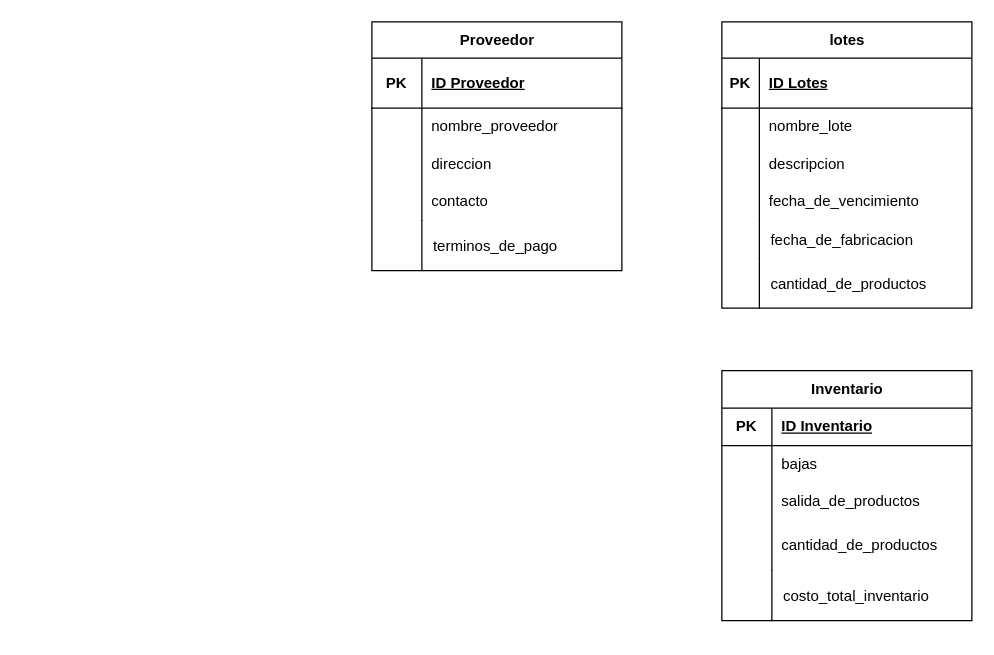
Above: Diagrama de colaboracion.drawio in JotaMont/Evaluacion-2-Front-End (draw.io), before the change. Source tidied: cells renumbered, new cells numbered last; positions are measured from the earlier drawing's top-left corner, leaving out a move shared by most shapes. Both pictures are drawn from the tidied source at 125%, with x=0, y=0 at pixel (371, 21).
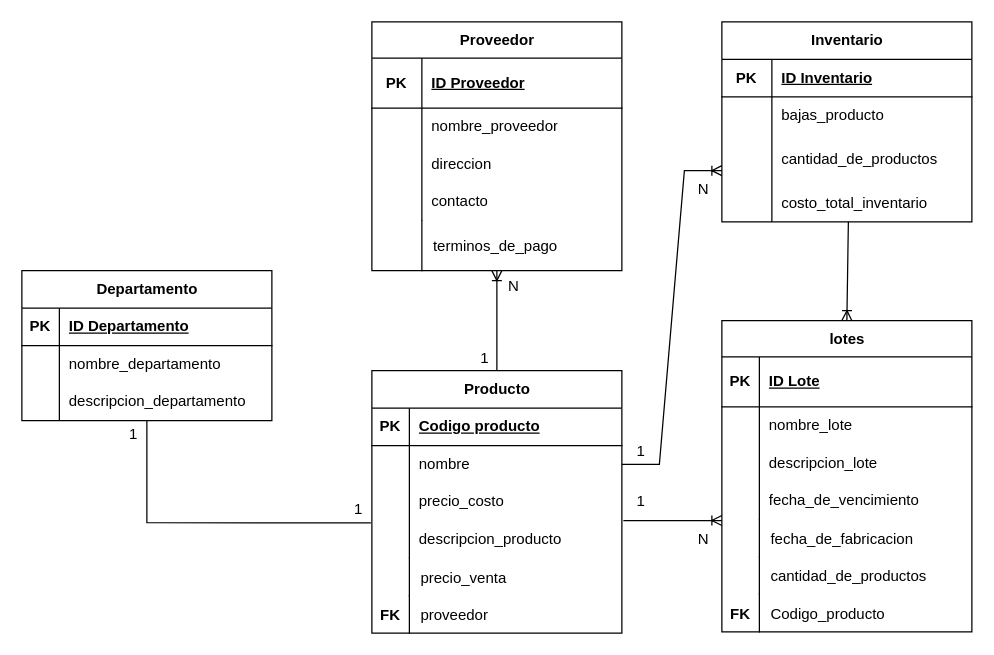
The same diagram, later.

Unchanged cells that the change refers to:
```xml
<mxCell id="16" style="shape=tableRow;horizontal=0;startSize=0;swimlaneHead=0;swimlaneBody=0;fillColor=none;top=0;left=0;right=0;bottom=1;" parent="15" vertex="1">
  <mxGeometry y="29" width="200" height="40" as="geometry" />
</mxCell>
<mxCell id="22" style="shape=tableRow;horizontal=0;startSize=0;swimlaneHead=0;swimlaneBody=0;fillColor=none;top=0;left=0;right=0;bottom=0;" parent="15" vertex="1">
  <mxGeometry y="99" width="200" height="30" as="geometry" />
</mxCell>
<mxCell id="38" style="shape=tableRow;horizontal=0;startSize=0;swimlaneHead=0;swimlaneBody=0;fillColor=none;top=0;left=0;right=0;bottom=0;" parent="34" vertex="1">
  <mxGeometry y="60" width="200" height="30" as="geometry" />
</mxCell>
```

The edit, as a diff of the source:
```diff
@@
     <mxCell id="15" value="lotes" style="shape=table;startSize=29;childLayout=tableLayout;rowLines=0;fontStyle=1;align=center;html=1;" parent="1" vertex="1">
-      <mxGeometry x="280" width="200" height="229" as="geometry" />
+      <mxGeometry x="280" y="239" width="200" height="249" as="geometry" />
     </mxCell>
@@
-    <mxCell id="18" value="ID Lotes" style="shape=partialRectangle;fillColor=none;top=0;left=0;bottom=0;right=0;align=left;spacingLeft=6;fontStyle=5;overflow=hidden;whiteSpace=wrap;html=1;" parent="16" vertex="1">
+    <mxCell id="18" value="ID Lote" style="shape=partialRectangle;fillColor=none;top=0;left=0;bottom=0;right=0;align=left;spacingLeft=6;fontStyle=5;overflow=hidden;whiteSpace=wrap;html=1;" parent="16" vertex="1">
       <mxGeometry x="30" width="170" height="40" as="geometry" />
     </mxCell>
@@
-    <mxCell id="24" value="descripcion" style="shape=partialRectangle;fillColor=none;top=0;left=0;bottom=0;right=0;align=left;spacingLeft=6;overflow=hidden;whiteSpace=wrap;html=1;" parent="22" vertex="1">
+    <mxCell id="24" value="descripcion_lote" style="shape=partialRectangle;fillColor=none;top=0;left=0;bottom=0;right=0;align=left;spacingLeft=6;overflow=hidden;whiteSpace=wrap;html=1;" parent="22" vertex="1">
       <mxGeometry x="30" width="170" height="30" as="geometry" />
     </mxCell>
@@
     <mxCell id="30" value=" fecha_de_fabricacion" style="shape=partialRectangle;fillColor=none;align=left;verticalAlign=middle;strokeColor=none;spacingLeft=34;points=[[0,0.5],[1,0.5]];portConstraint=eastwest;" parent="1" vertex="1">
-      <mxGeometry x="280" y="159" width="200" height="30" as="geometry" />
+      <mxGeometry x="280" y="398" width="200" height="30" as="geometry" />
     </mxCell>
@@
     <mxCell id="32" value=" cantidad_de_productos" style="shape=partialRectangle;fillColor=none;align=left;verticalAlign=middle;strokeColor=none;spacingLeft=34;" parent="1" vertex="1">
-      <mxGeometry x="280" y="189" width="200" height="40" as="geometry" />
+      <mxGeometry x="280" y="428" width="200" height="30" as="geometry" />
     </mxCell>
     <mxCell id="33" style="shape=partialRectangle;top=0;left=0;bottom=0;fillColor=none;stokeWidth=1;align=left;verticalAlign=middle;spacingLeft=4;spacingRight=4;overflow=hidden;" parent="32" vertex="1">
-      <mxGeometry width="30" height="40" as="geometry" />
+      <mxGeometry width="30" height="30" as="geometry" />
     </mxCell>
     <mxCell id="34" value="Inventario" style="shape=table;startSize=30;childLayout=tableLayout;rowLines=0;fontStyle=1;align=center;html=1;" parent="1" vertex="1">
-      <mxGeometry x="280" y="279" width="200" height="200" as="geometry" />
+      <mxGeometry x="280" width="200" height="160" as="geometry" />
     </mxCell>
@@
-    <mxCell id="40" value="bajas" style="shape=partialRectangle;fillColor=none;top=0;left=0;bottom=0;right=0;align=left;spacingLeft=6;overflow=hidden;whiteSpace=wrap;html=1;" parent="38" vertex="1">
+    <mxCell id="40" value="bajas_producto" style="shape=partialRectangle;fillColor=none;top=0;left=0;bottom=0;right=0;align=left;spacingLeft=6;overflow=hidden;whiteSpace=wrap;html=1;" parent="38" vertex="1">
       <mxGeometry x="40" width="160" height="30" as="geometry" />
     </mxCell>
+    <mxCell id="44" style="shape=tableRow;horizontal=0;startSize=0;swimlaneHead=0;swimlaneBody=0;fillColor=none;points=[[0,0.5],[1,0.5]];portConstraint=eastwest;top=0;left=0;right=0;bottom=0;" parent="34" vertex="1">
+      <mxGeometry y="90" width="200" height="40" as="geometry" />
+    </mxCell>
+    <mxCell id="45" style="shape=partialRectangle;fillColor=none;top=0;left=0;bottom=0;right=0;overflow=hidden;whiteSpace=wrap;html=1;" parent="44" vertex="1">
+      <mxGeometry width="40" height="40" as="geometry" />
+    </mxCell>
+    <mxCell id="46" value="cantidad_de_productos" style="shape=partialRectangle;fillColor=none;top=0;left=0;bottom=0;right=0;align=left;spacingLeft=6;overflow=hidden;whiteSpace=wrap;html=1;" parent="44" vertex="1">
+      <mxGeometry x="40" width="160" height="40" as="geometry" />
+    </mxCell>
     <mxCell id="41" style="shape=tableRow;horizontal=0;startSize=0;swimlaneHead=0;swimlaneBody=0;fillColor=none;points=[[0,0.5],[1,0.5]];portConstraint=eastwest;top=0;left=0;right=0;bottom=0;" parent="34" vertex="1">
-      <mxGeometry y="90" width="200" height="30" as="geometry" />
+      <mxGeometry y="130" width="200" height="30" as="geometry" />
     </mxCell>
@@
-    <mxCell id="43" value="salida_de_productos" style="shape=partialRectangle;fillColor=none;top=0;left=0;bottom=0;right=0;align=left;spacingLeft=6;overflow=hidden;whiteSpace=wrap;html=1;" parent="41" vertex="1">
+    <mxCell id="43" value="&lt;span style=&quot;text-wrap: nowrap;&quot;&gt;costo_total_inventario&lt;/span&gt;" style="shape=partialRectangle;fillColor=none;top=0;left=0;bottom=0;right=0;align=left;spacingLeft=6;overflow=hidden;whiteSpace=wrap;html=1;" parent="41" vertex="1">
       <mxGeometry x="40" width="160" height="30" as="geometry" />
     </mxCell>
-    <mxCell id="44" style="shape=tableRow;horizontal=0;startSize=0;swimlaneHead=0;swimlaneBody=0;fillColor=none;points=[[0,0.5],[1,0.5]];portConstraint=eastwest;top=0;left=0;right=0;bottom=0;" parent="34" vertex="1">
-      <mxGeometry y="120" width="200" height="40" as="geometry" />
-    </mxCell>
-    <mxCell id="45" style="shape=partialRectangle;fillColor=none;top=0;left=0;bottom=0;right=0;overflow=hidden;whiteSpace=wrap;html=1;" parent="44" vertex="1">
-      <mxGeometry width="40" height="40" as="geometry" />
-    </mxCell>
-    <mxCell id="46" value="cantidad_de_productos" style="shape=partialRectangle;fillColor=none;top=0;left=0;bottom=0;right=0;align=left;spacingLeft=6;overflow=hidden;whiteSpace=wrap;html=1;" parent="44" vertex="1">
-      <mxGeometry x="40" width="160" height="40" as="geometry" />
-    </mxCell>
-    <mxCell id="47" value="    costo_total_inventario" style="shape=partialRectangle;fillColor=none;align=left;verticalAlign=middle;strokeColor=none;spacingLeft=34;" parent="1" vertex="1">
-      <mxGeometry x="280" y="439" width="200" height="40" as="geometry" />
-    </mxCell>
-    <mxCell id="48" style="shape=partialRectangle;top=0;left=0;bottom=0;fillColor=none;stokeWidth=1;align=left;verticalAlign=middle;spacingLeft=4;spacingRight=4;overflow=hidden;" parent="47" vertex="1">
-      <mxGeometry width="40" height="40" as="geometry" />
-    </mxCell>
+    <mxCell id="49" value="Producto" style="shape=table;startSize=30;childLayout=tableLayout;rowLines=0;fontStyle=1;align=center;html=1;" parent="1" vertex="1">
+      <mxGeometry y="279" width="200" height="210" as="geometry" />
+    </mxCell>
+    <mxCell id="50" style="shape=tableRow;horizontal=0;startSize=0;swimlaneHead=0;swimlaneBody=0;fillColor=none;top=0;left=0;right=0;bottom=1;" parent="49" vertex="1">
+      <mxGeometry y="30" width="200" height="30" as="geometry" />
+    </mxCell>
+    <mxCell id="51" value="PK" style="shape=partialRectangle;fillColor=none;top=0;left=0;bottom=0;right=0;fontStyle=1;overflow=hidden;whiteSpace=wrap;html=1;" parent="50" vertex="1">
+      <mxGeometry width="30" height="30" as="geometry" />
+    </mxCell>
+    <mxCell id="52" value="Codigo producto" style="shape=partialRectangle;fillColor=none;top=0;left=0;bottom=0;right=0;align=left;spacingLeft=6;fontStyle=5;overflow=hidden;whiteSpace=wrap;html=1;" parent="50" vertex="1">
+      <mxGeometry x="30" width="170" height="30" as="geometry" />
+    </mxCell>
+    <mxCell id="53" style="shape=tableRow;horizontal=0;startSize=0;swimlaneHead=0;swimlaneBody=0;fillColor=none;top=0;left=0;right=0;bottom=0;" parent="49" vertex="1">
+      <mxGeometry y="60" width="200" height="30" as="geometry" />
+    </mxCell>
+    <mxCell id="54" style="shape=partialRectangle;fillColor=none;top=0;left=0;bottom=0;right=0;overflow=hidden;whiteSpace=wrap;html=1;" parent="53" vertex="1">
+      <mxGeometry width="30" height="30" as="geometry" />
+    </mxCell>
+    <mxCell id="55" value="nombre" style="shape=partialRectangle;fillColor=none;top=0;left=0;bottom=0;right=0;align=left;spacingLeft=6;overflow=hidden;whiteSpace=wrap;html=1;" parent="53" vertex="1">
+      <mxGeometry x="30" width="170" height="30" as="geometry" />
+    </mxCell>
+    <mxCell id="56" style="shape=tableRow;horizontal=0;startSize=0;swimlaneHead=0;swimlaneBody=0;fillColor=none;top=0;left=0;right=0;bottom=0;" parent="49" vertex="1">
+      <mxGeometry y="90" width="200" height="30" as="geometry" />
+    </mxCell>
+    <mxCell id="57" style="shape=partialRectangle;fillColor=none;top=0;left=0;bottom=0;right=0;overflow=hidden;whiteSpace=wrap;html=1;" parent="56" vertex="1">
+      <mxGeometry width="30" height="30" as="geometry" />
+    </mxCell>
+    <mxCell id="58" value="precio_costo" style="shape=partialRectangle;fillColor=none;top=0;left=0;bottom=0;right=0;align=left;spacingLeft=6;overflow=hidden;whiteSpace=wrap;html=1;" parent="56" vertex="1">
+      <mxGeometry x="30" width="170" height="30" as="geometry" />
+    </mxCell>
+    <mxCell id="59" style="shape=tableRow;horizontal=0;startSize=0;swimlaneHead=0;swimlaneBody=0;fillColor=none;points=[[0,0.5],[1,0.5]];portConstraint=eastwest;top=0;left=0;right=0;bottom=0;" parent="49" vertex="1">
+      <mxGeometry y="120" width="200" height="30" as="geometry" />
+    </mxCell>
+    <mxCell id="60" style="shape=partialRectangle;fillColor=none;top=0;left=0;bottom=0;right=0;overflow=hidden;whiteSpace=wrap;html=1;" parent="59" vertex="1">
+      <mxGeometry width="30" height="30" as="geometry" />
+    </mxCell>
+    <mxCell id="61" value="descripcion_producto" style="shape=partialRectangle;fillColor=none;top=0;left=0;bottom=0;right=0;align=left;spacingLeft=6;overflow=hidden;whiteSpace=wrap;html=1;" parent="59" vertex="1">
+      <mxGeometry x="30" width="170" height="30" as="geometry" />
+    </mxCell>
+    <mxCell id="62" value=" precio_venta" style="shape=partialRectangle;fillColor=none;align=left;verticalAlign=middle;strokeColor=none;spacingLeft=34;" parent="1" vertex="1">
+      <mxGeometry y="429" width="200" height="30" as="geometry" />
+    </mxCell>
+    <mxCell id="63" style="shape=partialRectangle;top=0;left=0;bottom=0;fillColor=none;stokeWidth=1;align=left;verticalAlign=middle;spacingLeft=4;spacingRight=4;overflow=hidden;" parent="62" vertex="1">
+      <mxGeometry width="30" height="30" as="geometry" />
+    </mxCell>
+    <mxCell id="64" value=" proveedor" style="shape=partialRectangle;fillColor=none;align=left;verticalAlign=middle;strokeColor=none;spacingLeft=34;" parent="1" vertex="1">
+      <mxGeometry y="459" width="200" height="30" as="geometry" />
+    </mxCell>
+    <mxCell id="65" value="FK" style="shape=partialRectangle;top=0;left=0;bottom=0;fillColor=none;stokeWidth=1;align=center;verticalAlign=middle;spacingLeft=4;spacingRight=4;overflow=hidden;fontStyle=1;" parent="64" vertex="1">
+      <mxGeometry width="30" height="30" as="geometry" />
+    </mxCell>
+    <mxCell id="66" value=" Codigo_producto" style="shape=partialRectangle;fillColor=none;align=left;verticalAlign=middle;strokeColor=none;spacingLeft=34;" parent="1" vertex="1">
+      <mxGeometry x="280" y="458" width="200" height="30" as="geometry" />
+    </mxCell>
+    <mxCell id="67" value="FK" style="shape=partialRectangle;top=0;left=0;bottom=0;fillColor=none;stokeWidth=1;align=center;verticalAlign=middle;spacingLeft=4;spacingRight=4;overflow=hidden;fontStyle=1;" parent="66" vertex="1">
+      <mxGeometry width="30" height="30" as="geometry" />
+    </mxCell>
+    <mxCell id="68" value="1" style="text;html=1;align=center;verticalAlign=middle;strokeColor=none;fillColor=none;" parent="1" vertex="1">
+      <mxGeometry x="200" y="369" width="30" height="30" as="geometry" />
+    </mxCell>
+    <mxCell id="69" value="N" style="text;html=1;align=center;verticalAlign=middle;strokeColor=none;fillColor=none;" parent="1" vertex="1">
+      <mxGeometry x="250" y="399" width="30" height="30" as="geometry" />
+    </mxCell>
+    <mxCell id="70" style="edgeStyle=entityRelationEdgeStyle;fontSize=12;html=1;endArrow=ERoneToMany;endFill=0;rounded=0;exitX=1.006;exitY=-0.003;exitDx=0;exitDy=0;exitPerimeter=0;entryX=0;entryY=0.03;entryDx=0;entryDy=0;entryPerimeter=0;" parent="1" edge="1" source="59" target="30">
+      <mxGeometry relative="1" as="geometry">
+        <Array as="points">
+          <mxPoint x="260" y="409" />
+          <mxPoint x="270" y="389" />
+        </Array>
+      </mxGeometry>
+    </mxCell>
+    <mxCell id="71" style="edgeStyle=entityRelationEdgeStyle;fontSize=12;html=1;endArrow=ERoneToMany;rounded=0;entryX=0;entryY=0.725;entryDx=0;entryDy=0;entryPerimeter=0;" parent="1" edge="1" target="44">
+      <mxGeometry relative="1" as="geometry">
+        <mxPoint x="200" y="354" as="sourcePoint" />
+        <Array as="points">
+          <mxPoint x="220" y="369" />
+          <mxPoint x="240" y="359" />
+          <mxPoint x="240" y="354" />
+          <mxPoint x="240" y="354" />
+          <mxPoint x="260" y="229" />
+        </Array>
+      </mxGeometry>
+    </mxCell>
+    <mxCell id="72" value="1" style="text;html=1;align=center;verticalAlign=middle;strokeColor=none;fillColor=none;" parent="1" vertex="1">
+      <mxGeometry x="200" y="329" width="30" height="30" as="geometry" />
+    </mxCell>
+    <mxCell id="73" value="N" style="text;html=1;align=center;verticalAlign=middle;strokeColor=none;fillColor=none;" parent="1" vertex="1">
+      <mxGeometry x="250" y="119" width="30" height="30" as="geometry" />
+    </mxCell>
+    <mxCell id="74" style="endArrow=ERoneToMany;html=1;rounded=0;exitX=0.5;exitY=0;exitDx=0;exitDy=0;endFill=0;" parent="1" edge="1" source="49">
+      <mxGeometry relative="1" as="geometry">
+        <mxPoint x="100" y="199" as="targetPoint" />
+      </mxGeometry>
+    </mxCell>
+    <mxCell id="75" value="N" style="html=1;whiteSpace=wrap;align=right;verticalAlign=bottom;" parent="74" vertex="1">
+      <mxGeometry x="1" relative="1" as="geometry">
+        <mxPoint x="19" y="21" as="offset" />
+      </mxGeometry>
+    </mxCell>
+    <mxCell id="76" value="1" style="text;html=1;align=center;verticalAlign=middle;strokeColor=none;fillColor=none;" parent="1" vertex="1">
+      <mxGeometry x="75" y="254" width="30" height="30" as="geometry" />
+    </mxCell>
+    <mxCell id="77" value="Departamento" style="shape=table;startSize=30;childLayout=tableLayout;rowLines=0;fontStyle=1;align=center;html=1;" parent="1" vertex="1">
+      <mxGeometry x="-280" y="199" width="200" height="120" as="geometry" />
+    </mxCell>
+    <mxCell id="78" style="shape=tableRow;horizontal=0;startSize=0;swimlaneHead=0;swimlaneBody=0;fillColor=none;top=0;left=0;right=0;bottom=1;" parent="77" vertex="1">
+      <mxGeometry y="30" width="200" height="30" as="geometry" />
+    </mxCell>
+    <mxCell id="79" value="PK" style="shape=partialRectangle;fillColor=none;top=0;left=0;bottom=0;right=0;fontStyle=1;overflow=hidden;whiteSpace=wrap;html=1;" parent="78" vertex="1">
+      <mxGeometry width="30" height="30" as="geometry" />
+    </mxCell>
+    <mxCell id="80" value="ID Departamento" style="shape=partialRectangle;fillColor=none;top=0;left=0;bottom=0;right=0;align=left;spacingLeft=6;fontStyle=5;overflow=hidden;whiteSpace=wrap;html=1;" parent="78" vertex="1">
+      <mxGeometry x="30" width="170" height="30" as="geometry" />
+    </mxCell>
+    <mxCell id="81" style="shape=tableRow;horizontal=0;startSize=0;swimlaneHead=0;swimlaneBody=0;fillColor=none;top=0;left=0;right=0;bottom=0;" parent="77" vertex="1">
+      <mxGeometry y="60" width="200" height="30" as="geometry" />
+    </mxCell>
+    <mxCell id="82" style="shape=partialRectangle;fillColor=none;top=0;left=0;bottom=0;right=0;overflow=hidden;whiteSpace=wrap;html=1;" parent="81" vertex="1">
+      <mxGeometry width="30" height="30" as="geometry" />
+    </mxCell>
+    <mxCell id="83" value="nombre_departamento" style="shape=partialRectangle;fillColor=none;top=0;left=0;bottom=0;right=0;align=left;spacingLeft=6;overflow=hidden;whiteSpace=wrap;html=1;" parent="81" vertex="1">
+      <mxGeometry x="30" width="170" height="30" as="geometry" />
+    </mxCell>
+    <mxCell id="84" style="shape=tableRow;horizontal=0;startSize=0;swimlaneHead=0;swimlaneBody=0;fillColor=none;points=[[0,0.5],[1,0.5]];portConstraint=eastwest;top=0;left=0;right=0;bottom=0;" parent="77" vertex="1">
+      <mxGeometry y="90" width="200" height="30" as="geometry" />
+    </mxCell>
+    <mxCell id="85" style="shape=partialRectangle;fillColor=none;top=0;left=0;bottom=0;right=0;overflow=hidden;whiteSpace=wrap;html=1;" parent="84" vertex="1">
+      <mxGeometry width="30" height="30" as="geometry" />
+    </mxCell>
+    <mxCell id="86" value="descripcion_departamento" style="shape=partialRectangle;fillColor=none;top=0;left=0;bottom=0;right=0;align=left;spacingLeft=6;overflow=hidden;whiteSpace=wrap;html=1;" parent="84" vertex="1">
+      <mxGeometry x="30" width="170" height="30" as="geometry" />
+    </mxCell>
+    <mxCell id="87" style="fontSize=12;html=1;endArrow=ERoneToMany;rounded=0;strokeColor=default;exitX=0.506;exitY=0.994;exitDx=0;exitDy=0;exitPerimeter=0;entryX=0.5;entryY=0;entryDx=0;entryDy=0;" parent="1" edge="1" source="41" target="15">
+      <mxGeometry relative="1" as="geometry" />
+    </mxCell>
+    <mxCell id="88" style="endArrow=none;html=1;rounded=0;edgeStyle=orthogonalEdgeStyle;entryX=-0.004;entryY=0.058;entryDx=0;entryDy=0;exitX=0.5;exitY=1;exitDx=0;exitDy=0;exitPerimeter=0;entryPerimeter=0;" parent="1" edge="1" source="84" target="59">
+      <mxGeometry relative="1" as="geometry" />
+    </mxCell>
+    <mxCell id="89" value="1" style="text;html=1;align=center;verticalAlign=middle;strokeColor=none;fillColor=none;" parent="1" vertex="1">
+      <mxGeometry x="-26" y="375" width="30" height="30" as="geometry" />
+    </mxCell>
+    <mxCell id="90" value="1" style="text;html=1;align=center;verticalAlign=middle;strokeColor=none;fillColor=none;" parent="1" vertex="1">
+      <mxGeometry x="-206" y="315" width="30" height="30" as="geometry" />
+    </mxCell>
```
